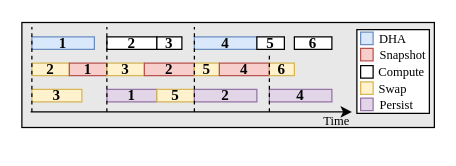
Before: fig/pipeline3.drawio in icszhr/NCheck, a draw.io diagram. Source tidied: cells renumbered, new cells numbered last; positions are measured from the earlier drawing's top-left corner, leaving out a move shared by most shapes. Both pictures are drawn from the tidied source at 125%, with x=0, y=0 at pixel (21, 21).
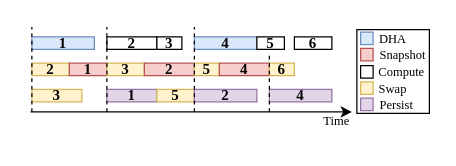
After the change.

Diff of the diagram source:
```diff
@@
-    <mxCell id="2" style="rounded=0;whiteSpace=wrap;html=1;fontFamily=Times New Roman;fillColor=#E8E8E8;" parent="1" vertex="1">
-      <mxGeometry y="0.5" width="330" height="84" as="geometry" />
-    </mxCell>
```
